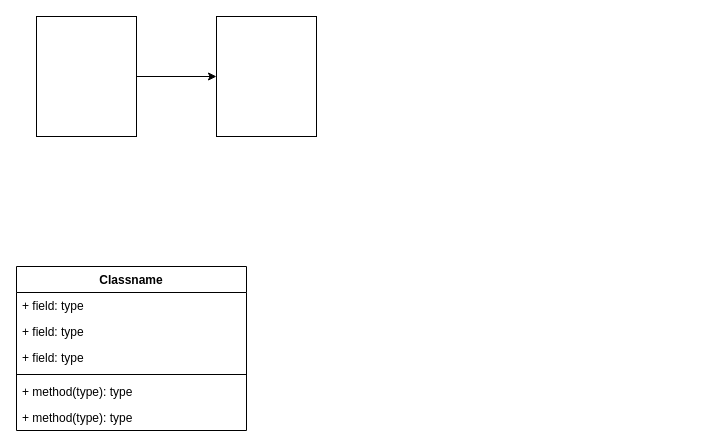
Before: 未命名绘图.drawio in ypengbzj/UML, a draw.io diagram. Source tidied: cells renumbered, new cells numbered last; positions are measured from the earlier drawing's top-left corner, leaving out a move shared by most shapes. Both pictures are drawn from the tidied source at 100%, with x=0, y=0 at pixel (16, 16).
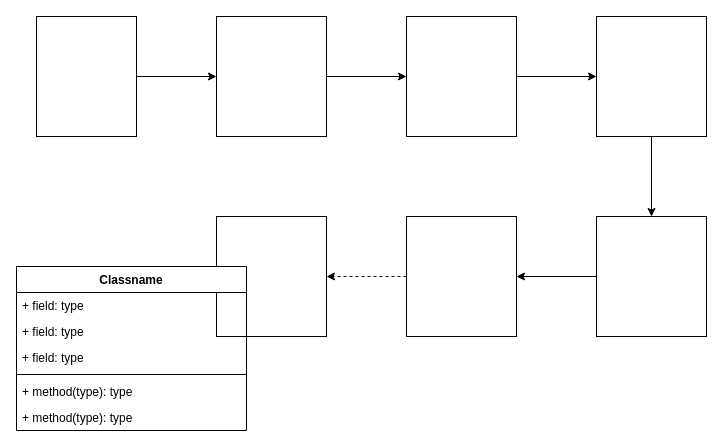
The same diagram, later.

Commit message:
更新未命名绘图.drawio

The edit, as a diff of the source:
```diff
@@
+    <mxCell id="12" style="edgeStyle=orthogonalEdgeStyle;rounded=0;jettySize=auto;html=1;" parent="1" edge="1" source="4" target="14">
+      <mxGeometry relative="1" as="geometry" />
+    </mxCell>
     <mxCell id="4" style="rounded=0;whiteSpace=wrap;html=1;direction=south;" parent="1" vertex="1">
-      <mxGeometry x="200" width="100" height="120" as="geometry" />
+      <mxGeometry x="200" width="110" height="120" as="geometry" />
     </mxCell>
+    <mxCell id="13" style="edgeStyle=orthogonalEdgeStyle;rounded=0;jettySize=auto;html=1;" parent="1" edge="1" source="14" target="16">
+      <mxGeometry relative="1" as="geometry" />
+    </mxCell>
+    <mxCell id="14" style="rounded=0;whiteSpace=wrap;html=1;direction=south;" parent="1" vertex="1">
+      <mxGeometry x="390" width="110" height="120" as="geometry" />
+    </mxCell>
+    <mxCell id="15" style="edgeStyle=orthogonalEdgeStyle;rounded=0;jettySize=auto;html=1;" parent="1" edge="1" source="16" target="18">
+      <mxGeometry relative="1" as="geometry" />
+    </mxCell>
+    <mxCell id="16" style="rounded=0;whiteSpace=wrap;html=1;direction=south;" parent="1" vertex="1">
+      <mxGeometry x="580" width="110" height="120" as="geometry" />
+    </mxCell>
+    <mxCell id="17" style="edgeStyle=orthogonalEdgeStyle;rounded=0;jettySize=auto;html=1;" parent="1" edge="1" source="18" target="20">
+      <mxGeometry relative="1" as="geometry" />
+    </mxCell>
+    <mxCell id="18" style="rounded=0;whiteSpace=wrap;html=1;direction=south;" parent="1" vertex="1">
+      <mxGeometry x="580" y="200" width="110" height="120" as="geometry" />
+    </mxCell>
+    <mxCell id="19" style="edgeStyle=orthogonalEdgeStyle;rounded=0;jettySize=auto;html=1;dashed=1;" parent="1" edge="1" source="20" target="21">
+      <mxGeometry relative="1" as="geometry" />
+    </mxCell>
+    <mxCell id="20" style="rounded=0;whiteSpace=wrap;html=1;direction=south;" parent="1" vertex="1">
+      <mxGeometry x="390" y="200" width="110" height="120" as="geometry" />
+    </mxCell>
+    <mxCell id="21" style="rounded=0;whiteSpace=wrap;html=1;direction=south;" parent="1" vertex="1">
+      <mxGeometry x="200" y="200" width="110" height="120" as="geometry" />
+    </mxCell>
```
